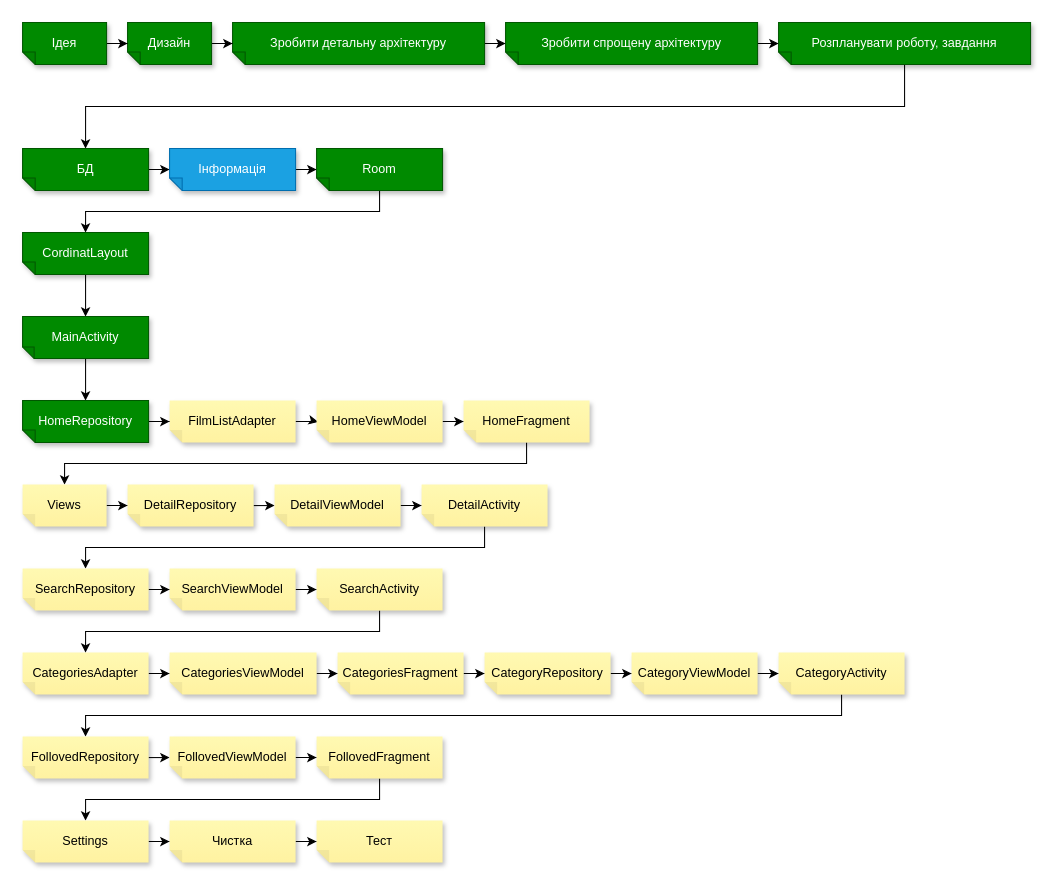
SviatKuzbyt/MoviesReview keeps this draw.io diagram as page "Завдання" (2 of 3) of files for project/MoviesReview.drawio. Above is the earlier version. Source tidied: cells renumbered, new cells numbered last; positions are measured from the earlier drawing's top-left corner, leaving out a move shared by most shapes. Both pictures are drawn from the tidied source at 105%, with x=0, y=0 at pixel (22, 22).
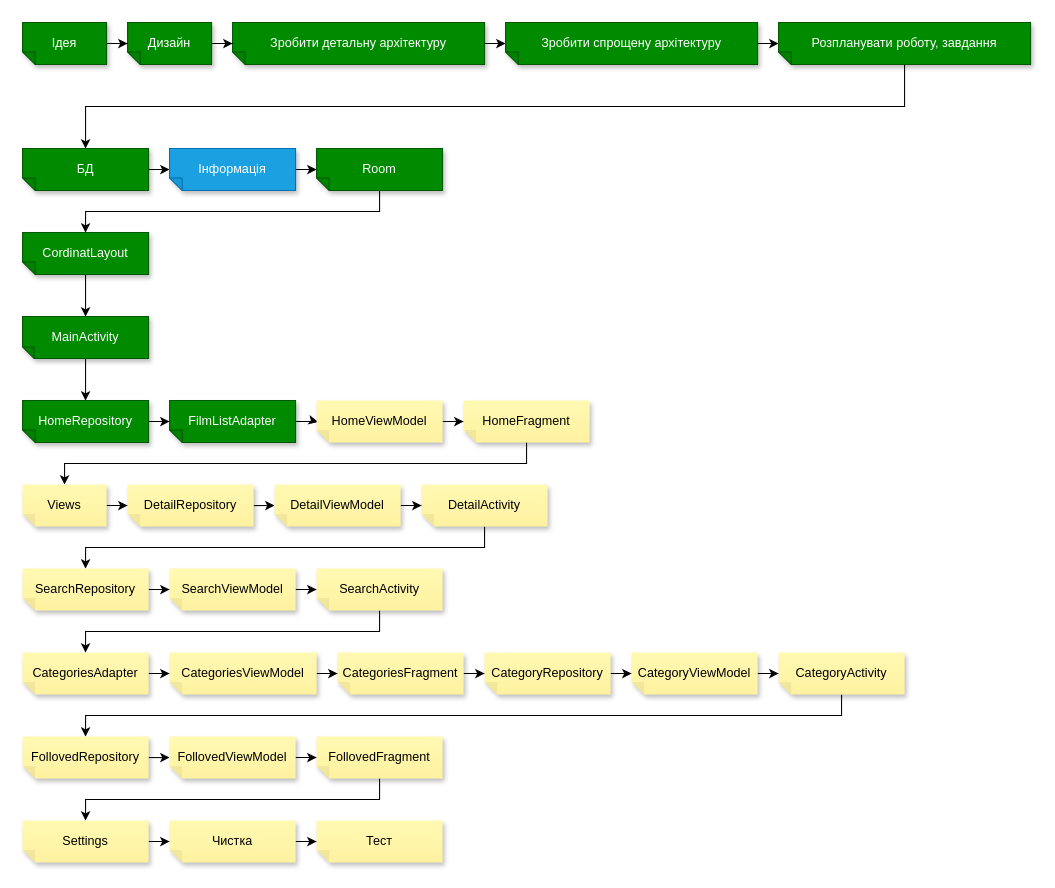
Above is the later version.

The edit, as a diff of the source:
```diff
@@
-    <mxCell id="19" value="FilmListAdapter" style="shape=note;whiteSpace=wrap;html=1;backgroundOutline=1;fontColor=#000000;darkOpacity=0.05;fillColor=#FFF9B2;strokeColor=none;fillStyle=solid;direction=west;gradientDirection=north;gradientColor=#FFF2A1;shadow=1;size=12;" parent="1" vertex="1">
+    <mxCell id="19" value="FilmListAdapter" style="shape=note;whiteSpace=wrap;html=1;backgroundOutline=1;fontColor=#ffffff;darkOpacity=0.05;fillColor=#008a00;strokeColor=#005700;fillStyle=solid;direction=west;gradientDirection=north;shadow=1;size=12;" parent="1" vertex="1">
       <mxGeometry x="140" y="360" width="120" height="40" as="geometry" />
     </mxCell>
```
